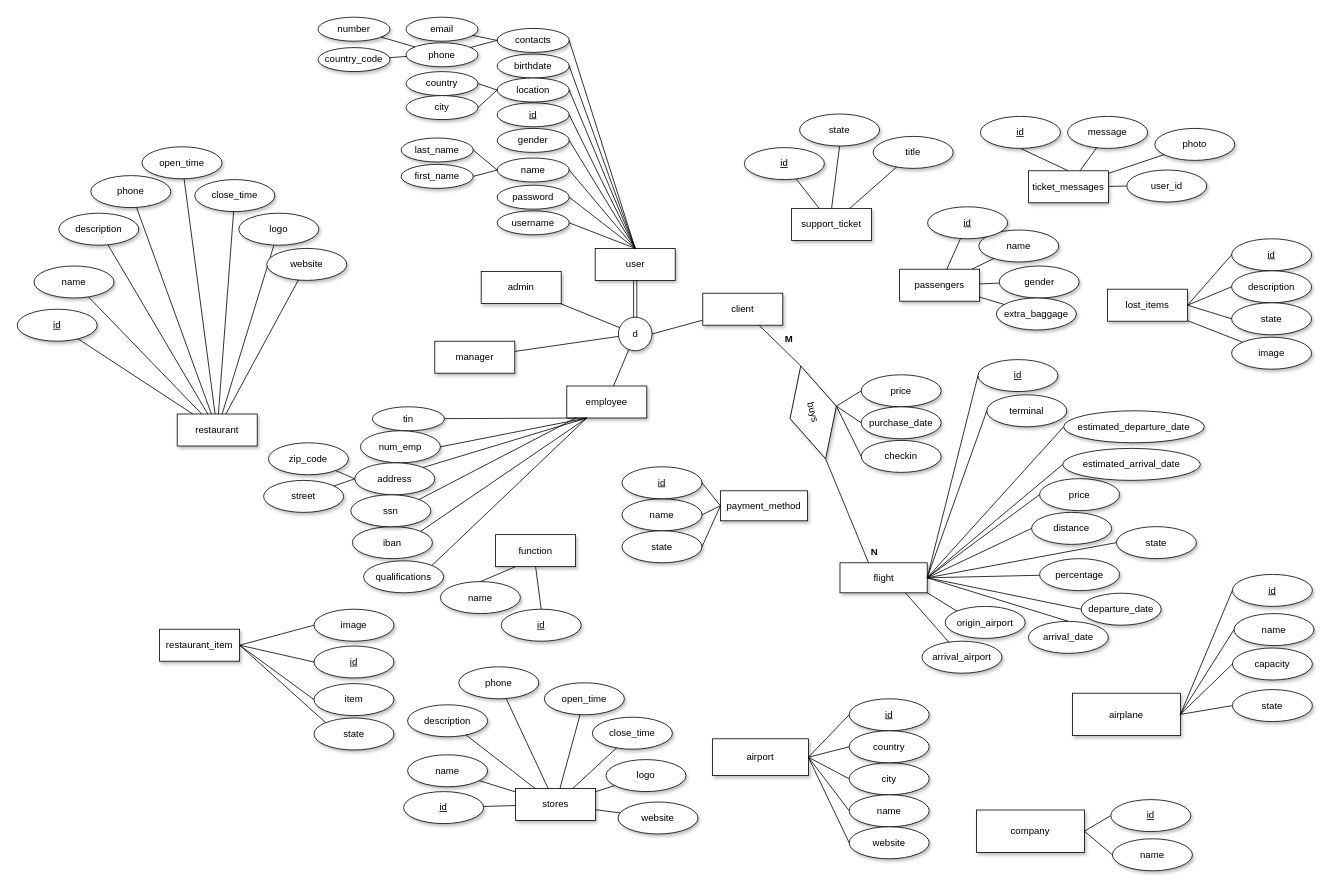
Above: page "atributes" (2 of 3) of DER.drawio in ContaEscola/ProSisInfo (draw.io), before the change. Source tidied: cells renumbered, new cells numbered last; positions are measured from the earlier drawing's top-left corner, leaving out a move shared by most shapes. Both pictures are drawn from the tidied source at 80%, with x=0, y=0 at pixel (17, 17).
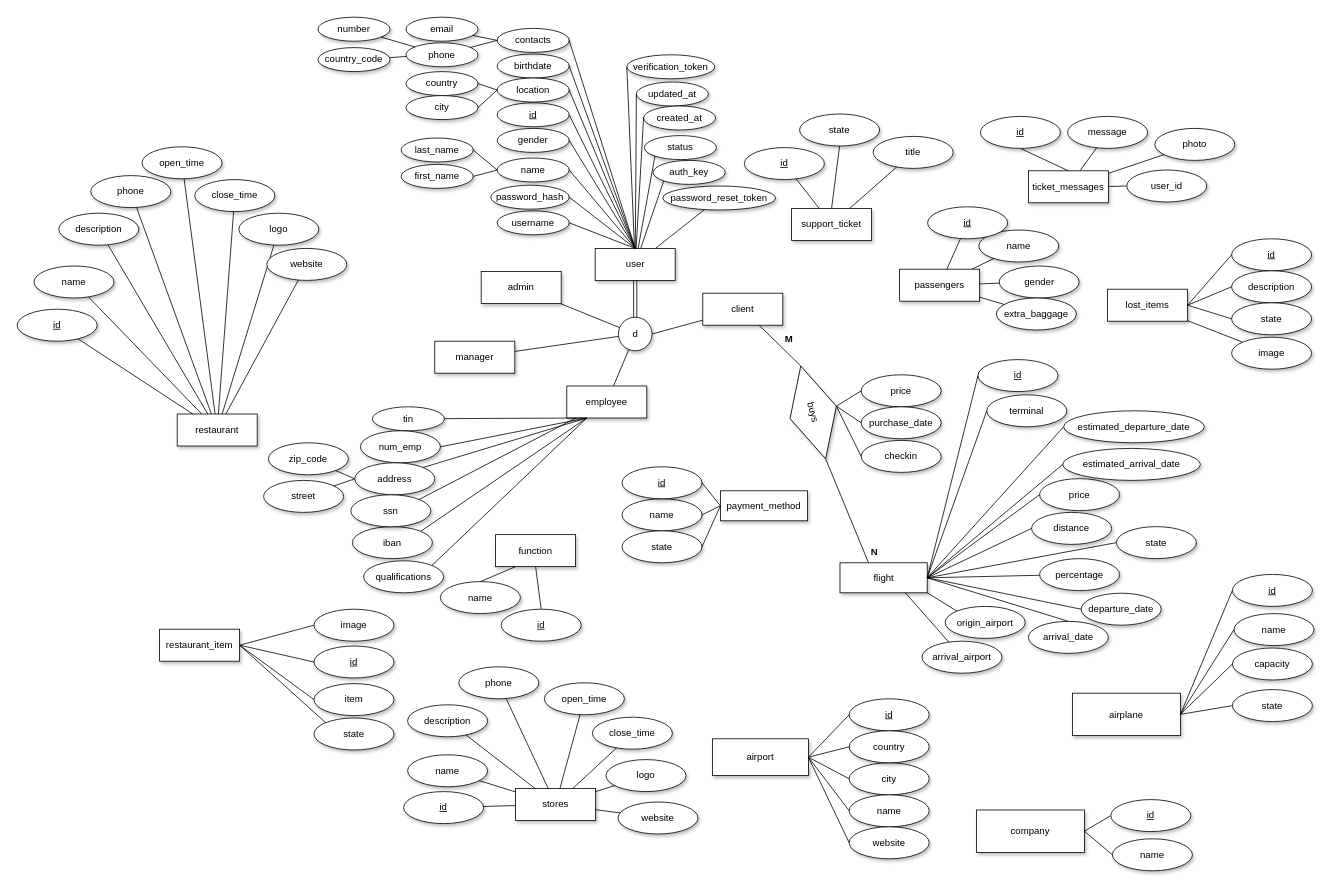
The same diagram, later.

Unchanged cells that the change refers to:
```xml
<mxCell id="32" value="user" style="whiteSpace=wrap;html=1;align=center;shadow=1;" parent="1" vertex="1">
  <mxGeometry x="722.5" y="289" width="100" height="40" as="geometry" />
</mxCell>
```

Change to the diagram source:
```diff
@@
-    <mxCell id="77" value="password" style="ellipse;whiteSpace=wrap;html=1;shadow=1;" parent="1" vertex="1">
-      <mxGeometry x="600" y="210" width="90" height="30" as="geometry" />
+    <mxCell id="77" value="password_hash" style="ellipse;whiteSpace=wrap;html=1;shadow=1;" parent="1" vertex="1">
+      <mxGeometry x="592" y="210" width="98" height="30" as="geometry" />
     </mxCell>
@@
+    <mxCell id="212" value="verification_token" style="ellipse;whiteSpace=wrap;html=1;shadow=1;" parent="1" vertex="1">
+      <mxGeometry x="762" y="47" width="110" height="30" as="geometry" />
+    </mxCell>
+    <mxCell id="213" value="updated_at" style="ellipse;whiteSpace=wrap;html=1;shadow=1;" parent="1" vertex="1">
+      <mxGeometry x="774" y="81" width="90" height="30" as="geometry" />
+    </mxCell>
+    <mxCell id="214" value="created_at" style="ellipse;whiteSpace=wrap;html=1;shadow=1;" parent="1" vertex="1">
+      <mxGeometry x="783" y="111" width="90" height="30" as="geometry" />
+    </mxCell>
+    <mxCell id="215" value="status" style="ellipse;whiteSpace=wrap;html=1;shadow=1;" parent="1" vertex="1">
+      <mxGeometry x="784" y="148" width="90" height="30" as="geometry" />
+    </mxCell>
+    <mxCell id="216" value="password_reset_token" style="ellipse;whiteSpace=wrap;html=1;shadow=1;" parent="1" vertex="1">
+      <mxGeometry x="807" y="211" width="141" height="30" as="geometry" />
+    </mxCell>
+    <mxCell id="217" value="auth_key" style="ellipse;whiteSpace=wrap;html=1;shadow=1;" parent="1" vertex="1">
+      <mxGeometry x="795" y="179" width="90" height="30" as="geometry" />
+    </mxCell>
+    <mxCell id="218" style="endArrow=none;html=1;rounded=0;entryX=0;entryY=0.5;entryDx=0;entryDy=0;" parent="1" edge="1" source="32" target="212">
+      <mxGeometry relative="1" as="geometry" />
+    </mxCell>
+    <mxCell id="219" style="endArrow=none;html=1;rounded=0;entryX=0;entryY=0.5;entryDx=0;entryDy=0;" parent="1" edge="1" source="32" target="213">
+      <mxGeometry relative="1" as="geometry" />
+    </mxCell>
+    <mxCell id="220" style="endArrow=none;html=1;rounded=0;entryX=0;entryY=0.5;entryDx=0;entryDy=0;" parent="1" edge="1" source="32" target="214">
+      <mxGeometry relative="1" as="geometry" />
+    </mxCell>
+    <mxCell id="221" style="endArrow=none;html=1;rounded=0;entryX=0;entryY=1;entryDx=0;entryDy=0;" parent="1" edge="1" source="32" target="215">
+      <mxGeometry relative="1" as="geometry" />
+    </mxCell>
+    <mxCell id="222" style="endArrow=none;html=1;rounded=0;entryX=0;entryY=1;entryDx=0;entryDy=0;" parent="1" edge="1" source="32" target="217">
+      <mxGeometry relative="1" as="geometry" />
+    </mxCell>
+    <mxCell id="223" style="endArrow=none;html=1;rounded=0;" parent="1" edge="1" source="32" target="216">
+      <mxGeometry relative="1" as="geometry" />
+    </mxCell>
```
